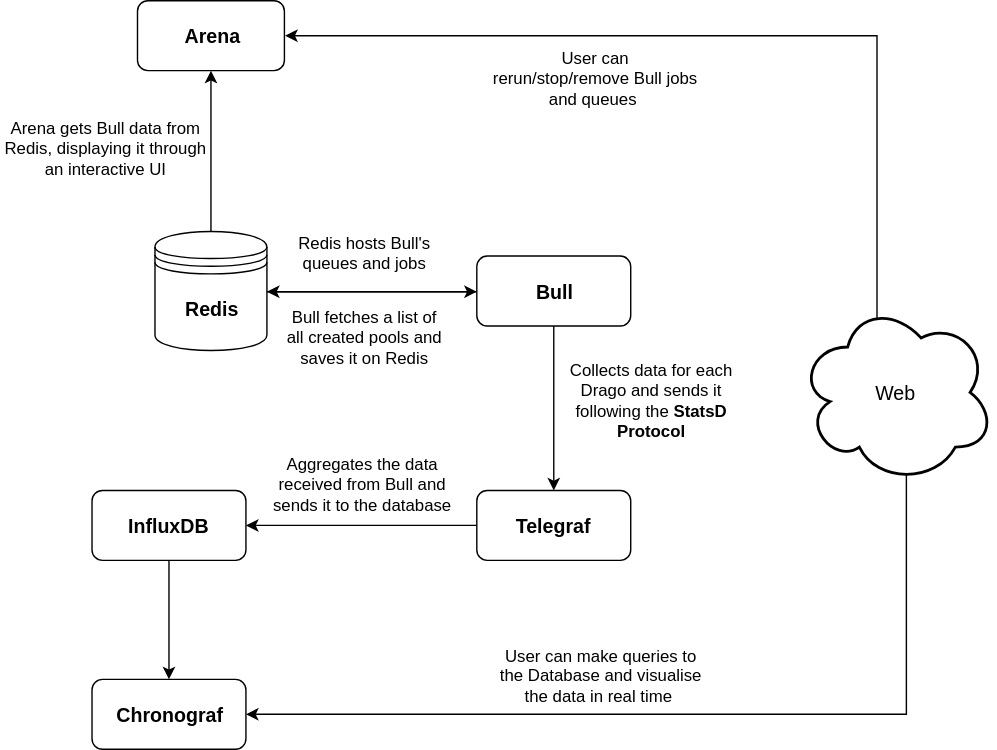
The draw.io diagram packages/stats/rigoblockStats.svg in RigoBlock/rigoblock-monorepo, before a commit. Source tidied: cells renumbered, new cells last; positions are measured from the earlier drawing's top-left corner, leaving out a move shared by most shapes.
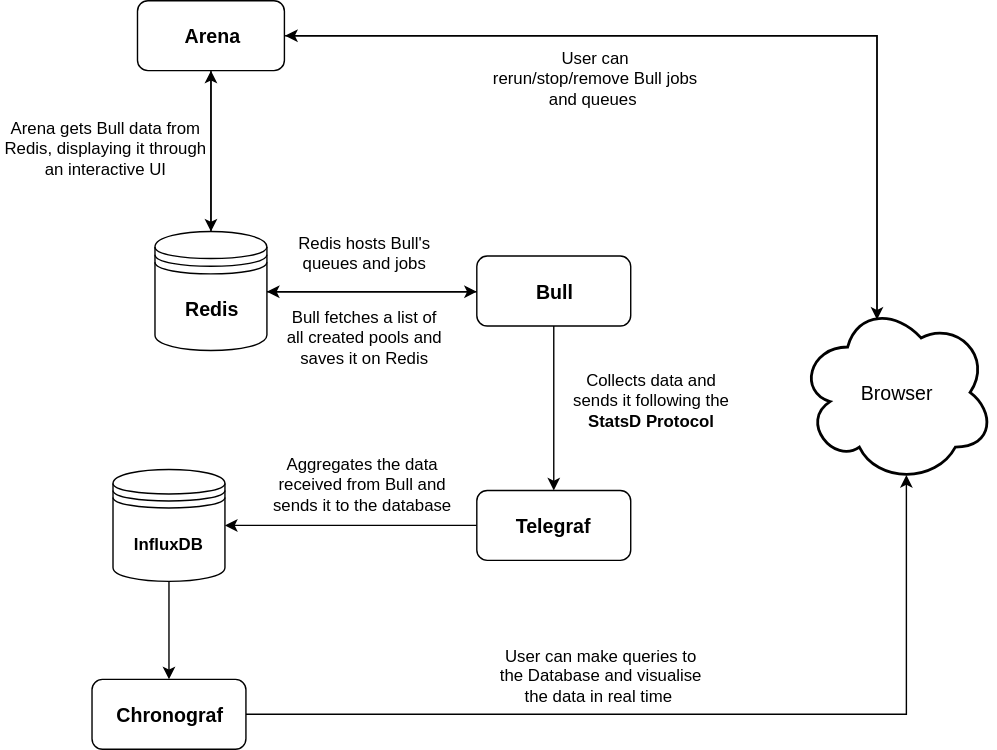
After the change.

The edit, as a diff of the source:
```diff
@@ -11,21 +11,24 @@
     <mxCell id="4" value="&lt;b&gt;&lt;font style=&quot;font-size: 14px&quot;&gt;Bull&lt;/font&gt;&lt;/b&gt;" style="rounded=1;whiteSpace=wrap;html=1;" parent="1" vertex="1">
       <mxGeometry x="340" y="182.5" width="110" height="50" as="geometry" />
     </mxCell>
-    <mxCell id="5" style="edgeStyle=orthogonalEdgeStyle;rounded=0;html=1;jettySize=auto;" parent="1" edge="1" source="6" target="8">
+    <mxCell id="5" style="edgeStyle=orthogonalEdgeStyle;rounded=0;html=1;jettySize=auto;entryX=1;entryY=0.5;" parent="1" edge="1" source="6" target="8">
       <mxGeometry relative="1" as="geometry" />
     </mxCell>
     <mxCell id="6" value="&lt;b&gt;&lt;font style=&quot;font-size: 14px&quot;&gt;Telegraf&lt;/font&gt;&lt;/b&gt;" style="rounded=1;whiteSpace=wrap;html=1;" parent="1" vertex="1">
       <mxGeometry x="340" y="350" width="110" height="50" as="geometry" />
     </mxCell>
-    <mxCell id="7" style="edgeStyle=orthogonalEdgeStyle;rounded=0;html=1;jettySize=auto;" parent="1" edge="1" source="8" target="9">
-      <mxGeometry relative="1" as="geometry" />
-    </mxCell>
-    <mxCell id="8" value="&lt;b&gt;&lt;font style=&quot;font-size: 14px&quot;&gt;InfluxDB&lt;/font&gt;&lt;/b&gt;" style="rounded=1;whiteSpace=wrap;html=1;" parent="1" vertex="1">
-      <mxGeometry x="65" y="350" width="110" height="50" as="geometry" />
-    </mxCell>
+    <mxCell id="24" style="edgeStyle=orthogonalEdgeStyle;rounded=0;html=1;exitX=1;exitY=0.5;entryX=0.55;entryY=0.95;entryPerimeter=0;jettySize=auto;" parent="1" edge="1" source="9" target="13">
+      <mxGeometry relative="1" as="geometry" />
+    </mxCell>
     <mxCell id="9" value="&lt;b&gt;&lt;font style=&quot;font-size: 14px&quot;&gt;Chronograf&lt;/font&gt;&lt;/b&gt;" style="rounded=1;whiteSpace=wrap;html=1;" parent="1" vertex="1">
       <mxGeometry x="65" y="485" width="110" height="50" as="geometry" />
     </mxCell>
+    <mxCell id="25" style="edgeStyle=orthogonalEdgeStyle;rounded=0;html=1;exitX=0.5;exitY=1;entryX=0.5;entryY=0;jettySize=auto;" parent="1" edge="1" source="10" target="16">
+      <mxGeometry relative="1" as="geometry" />
+    </mxCell>
+    <mxCell id="26" style="edgeStyle=orthogonalEdgeStyle;rounded=0;html=1;exitX=1;exitY=0.5;entryX=0.4;entryY=0.1;entryPerimeter=0;jettySize=auto;" parent="1" edge="1" source="10" target="13">
+      <mxGeometry relative="1" as="geometry" />
+    </mxCell>
     <mxCell id="10" value="&lt;b&gt;&lt;font style=&quot;font-size: 14px&quot;&gt;Arena&lt;/font&gt;&lt;/b&gt;" style="rounded=1;whiteSpace=wrap;html=1;" parent="1" vertex="1">
       <mxGeometry x="97.5" width="105" height="50" as="geometry" />
     </mxCell>
@@ -36,14 +39,7 @@
         </Array>
       </mxGeometry>
     </mxCell>
-    <mxCell id="12" style="edgeStyle=orthogonalEdgeStyle;rounded=0;html=1;exitX=0.55;exitY=0.95;exitPerimeter=0;jettySize=auto;entryX=1;entryY=0.5;" parent="1" edge="1" source="13" target="9">
-      <mxGeometry relative="1" as="geometry">
-        <Array as="points">
-          <mxPoint x="647" y="510" />
-        </Array>
-      </mxGeometry>
-    </mxCell>
-    <mxCell id="13" value="Web" style="ellipse;shape=cloud;strokeWidth=2;fontSize=14;whiteSpace=wrap;html=1;align=center;" parent="1" vertex="1">
+    <mxCell id="13" value="Browser" style="ellipse;shape=cloud;strokeWidth=2;fontSize=14;whiteSpace=wrap;html=1;align=center;" parent="1" vertex="1">
       <mxGeometry x="570" y="215" width="140" height="130" as="geometry" />
     </mxCell>
     <mxCell id="14" style="edgeStyle=orthogonalEdgeStyle;rounded=0;html=1;exitX=1;exitY=0.5;entryX=0;entryY=0.5;jettySize=auto;" parent="1" edge="1" source="16" target="4">
@@ -64,7 +60,7 @@
     <mxCell id="19" value="Arena gets Bull data from Redis, displaying it through an interactive UI" style="text;html=1;strokeColor=none;fillColor=none;align=center;verticalAlign=middle;whiteSpace=wrap;rounded=0;" parent="1" vertex="1">
       <mxGeometry y="70" width="150" height="70" as="geometry" />
     </mxCell>
-    <mxCell id="20" value="Collects data for each Drago and sends it following the &lt;b&gt;StatsD Protocol&lt;/b&gt;" style="text;html=1;strokeColor=none;fillColor=none;align=center;verticalAlign=middle;whiteSpace=wrap;rounded=0;" parent="1" vertex="1">
+    <mxCell id="20" value="Collects data and sends it following the &lt;b&gt;StatsD Protocol&lt;/b&gt;" style="text;html=1;strokeColor=none;fillColor=none;align=center;verticalAlign=middle;whiteSpace=wrap;rounded=0;" parent="1" vertex="1">
       <mxGeometry x="400" y="250" width="130" height="70" as="geometry" />
     </mxCell>
     <mxCell id="21" value="Aggregates the data received from Bull and sends it to the database" style="text;html=1;strokeColor=none;fillColor=none;align=center;verticalAlign=middle;whiteSpace=wrap;rounded=0;" parent="1" vertex="1">
@@ -76,5 +72,11 @@
     <mxCell id="23" value="User can make queries to the Database and visualise the data in real time&amp;nbsp;" style="text;html=1;strokeColor=none;fillColor=none;align=center;verticalAlign=middle;whiteSpace=wrap;rounded=0;" parent="1" vertex="1">
       <mxGeometry x="350" y="460" width="158" height="43" as="geometry" />
     </mxCell>
+    <mxCell id="7" style="edgeStyle=orthogonalEdgeStyle;rounded=0;html=1;exitX=0.5;exitY=1;jettySize=auto;" parent="1" edge="1" source="8" target="9">
+      <mxGeometry relative="1" as="geometry" />
+    </mxCell>
+    <mxCell id="8" value="&lt;b&gt;InfluxDB&lt;/b&gt;" style="shape=datastore;whiteSpace=wrap;html=1;" parent="1" vertex="1">
+      <mxGeometry x="80" y="335" width="80" height="80" as="geometry" />
+    </mxCell>
   </root>
 </mxGraphModel>
```
